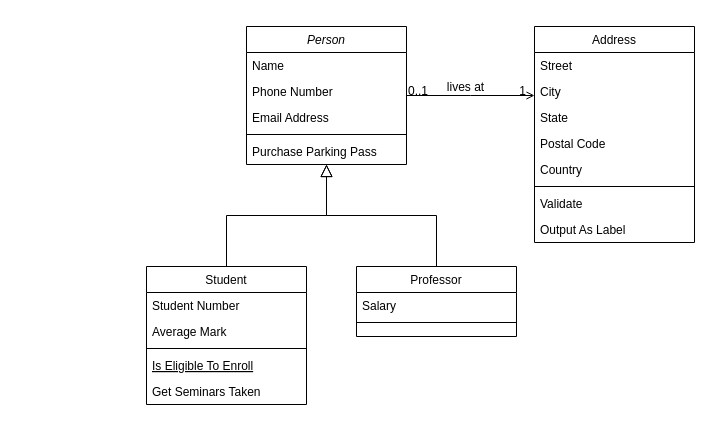
Enzolp2/2048 keeps this draw.io diagram as Untitled Diagram.drawio. Above is the earlier version. Source tidied: cells renumbered, new cells numbered last; positions are measured from the earlier drawing's top-left corner, leaving out a move shared by most shapes. Both pictures are drawn from the tidied source at 100%, with x=0, y=0 at pixel (146, 26).
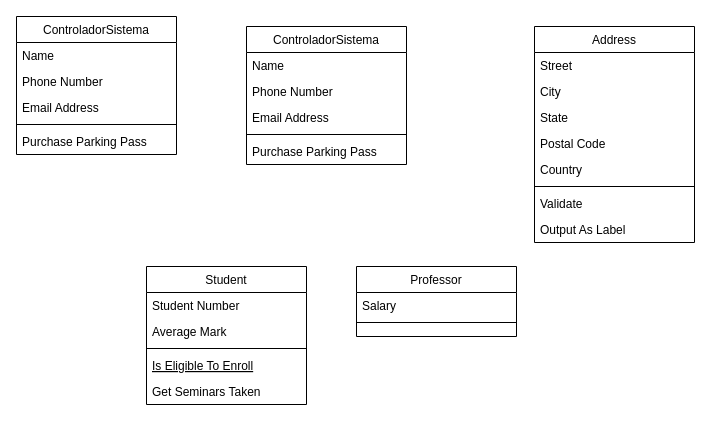
The same diagram, later.

Unchanged cells that the change refers to:
```xml
<mxCell id="8" value="Student" style="swimlane;fontStyle=0;align=center;verticalAlign=top;horizontal=1;startSize=26;rounded=0;shadow=0;strokeWidth=1;" parent="1" vertex="1">
  <mxGeometry y="240" width="160" height="138" as="geometry" />
</mxCell>
<mxCell id="15" value="Professor" style="swimlane;fontStyle=0;align=center;verticalAlign=top;horizontal=1;startSize=26;rounded=0;shadow=0;strokeWidth=1;" parent="1" vertex="1">
  <mxGeometry x="210" y="240" width="160" height="70" as="geometry" />
</mxCell>
<mxCell id="19" value="Address" style="swimlane;fontStyle=0;align=center;verticalAlign=top;horizontal=1;startSize=26;rounded=0;shadow=0;strokeWidth=1;" parent="1" vertex="1">
  <mxGeometry x="388" width="160" height="216" as="geometry" />
</mxCell>
```

Diff of the diagram source:
```diff
@@
-    <mxCell id="2" value="Person" style="swimlane;fontStyle=2;align=center;verticalAlign=top;horizontal=1;startSize=26;rounded=0;shadow=0;strokeWidth=1;" parent="1" vertex="1">
+    <mxCell id="2" value="ControladorSistema" style="swimlane;fontStyle=0;align=center;verticalAlign=top;horizontal=1;startSize=26;rounded=0;shadow=0;strokeWidth=1;" parent="1" vertex="1">
       <mxGeometry x="100" width="160" height="138" as="geometry" />
     </mxCell>
@@
-    <mxCell id="14" style="endArrow=block;endSize=10;endFill=0;shadow=0;strokeWidth=1;rounded=0;edgeStyle=elbowEdgeStyle;elbow=vertical;" parent="1" edge="1" source="8" target="2">
-      <mxGeometry relative="1" as="geometry" />
-    </mxCell>
@@
-    <mxCell id="18" style="endArrow=block;endSize=10;endFill=0;shadow=0;strokeWidth=1;rounded=0;edgeStyle=elbowEdgeStyle;elbow=vertical;" parent="1" edge="1" source="15" target="2">
-      <mxGeometry relative="1" as="geometry" />
-    </mxCell>
@@
-    <mxCell id="28" style="endArrow=open;shadow=0;strokeWidth=1;rounded=0;endFill=1;edgeStyle=elbowEdgeStyle;elbow=vertical;" parent="1" edge="1" source="2" target="19">
-      <mxGeometry x="0.5" y="41" relative="1" as="geometry">
-        <mxPoint x="-40" y="32" as="offset" />
-      </mxGeometry>
-    </mxCell>
-    <mxCell id="29" value="0..1" style="align=left;verticalAlign=bottom;labelBackgroundColor=none;fontSize=12;" parent="28" vertex="1">
-      <mxGeometry x="-1" relative="1" as="geometry">
-        <mxPoint y="4" as="offset" />
-      </mxGeometry>
-    </mxCell>
-    <mxCell id="30" value="1" style="align=right;verticalAlign=bottom;labelBackgroundColor=none;fontSize=12;" parent="28" vertex="1">
-      <mxGeometry x="1" relative="1" as="geometry">
-        <mxPoint x="-7" y="4" as="offset" />
-      </mxGeometry>
-    </mxCell>
-    <mxCell id="31" value="lives at" style="text;html=1;align=center;verticalAlign=middle;labelBackgroundColor=none;rounded=0;shadow=0;strokeWidth=1;fontSize=12;" parent="28" vertex="1">
-      <mxGeometry x="0.5" y="49" relative="1" as="geometry">
-        <mxPoint x="-38" y="40" as="offset" />
-      </mxGeometry>
-    </mxCell>
+    <mxCell id="32" value="ControladorSistema" style="swimlane;fontStyle=0;align=center;verticalAlign=top;horizontal=1;startSize=26;rounded=0;shadow=0;strokeWidth=1;" parent="1" vertex="1">
+      <mxGeometry x="-130" y="-10" width="160" height="138" as="geometry" />
+    </mxCell>
+    <mxCell id="33" value="Name" style="text;align=left;verticalAlign=top;spacingLeft=4;spacingRight=4;overflow=hidden;" parent="32" vertex="1">
+      <mxGeometry y="26" width="160" height="26" as="geometry" />
+    </mxCell>
+    <mxCell id="34" value="Phone Number" style="text;align=left;verticalAlign=top;spacingLeft=4;spacingRight=4;overflow=hidden;rounded=0;shadow=0;html=0;" parent="32" vertex="1">
+      <mxGeometry y="52" width="160" height="26" as="geometry" />
+    </mxCell>
+    <mxCell id="35" value="Email Address" style="text;align=left;verticalAlign=top;spacingLeft=4;spacingRight=4;overflow=hidden;rounded=0;shadow=0;html=0;" parent="32" vertex="1">
+      <mxGeometry y="78" width="160" height="26" as="geometry" />
+    </mxCell>
+    <mxCell id="36" style="line;html=1;strokeWidth=1;align=left;verticalAlign=middle;spacingTop=-1;spacingLeft=3;spacingRight=3;labelPosition=right;" parent="32" vertex="1">
+      <mxGeometry y="104" width="160" height="8" as="geometry" />
+    </mxCell>
+    <mxCell id="37" value="Purchase Parking Pass" style="text;align=left;verticalAlign=top;spacingLeft=4;spacingRight=4;overflow=hidden;" parent="32" vertex="1">
+      <mxGeometry y="112" width="160" height="26" as="geometry" />
+    </mxCell>
```
